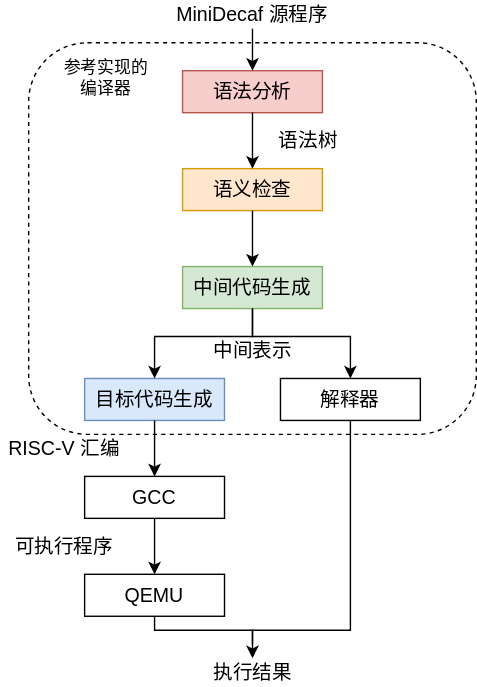
decaf-lang/minidecaf-tutorial keeps this draw.io diagram as docs/ref/pics/ts_workflow.svg. Above is the earlier version. Source tidied: cells renumbered, new cells last; positions are measured from the earlier drawing's top-left corner, leaving out a move shared by most shapes. Its diagram source:
```xml
<mxGraphModel>
  <root>
    <mxCell id="0" />
    <mxCell id="1" parent="0" />
    <mxCell id="2" style="group;" parent="1" vertex="1">
      <mxGeometry width="340" height="490" as="geometry" />
    </mxCell>
    <mxCell id="3" style="rounded=1;whiteSpace=wrap;html=1;fontSize=14;fillColor=none;dashed=1;align=center;verticalAlign=middle;" parent="2" vertex="1">
      <mxGeometry x="20" y="30" width="320" height="280" as="geometry" />
    </mxCell>
    <mxCell id="4" value="语法分析" style="rounded=0;whiteSpace=wrap;html=1;fontSize=14;fillColor=#f8cecc;strokeColor=#b85450;" parent="2" vertex="1">
      <mxGeometry x="130" y="50" width="100" height="30" as="geometry" />
    </mxCell>
    <mxCell id="5" value="语义检查" style="rounded=0;whiteSpace=wrap;html=1;fontSize=14;fillColor=#ffe6cc;strokeColor=#d79b00;" parent="2" vertex="1">
      <mxGeometry x="130" y="120" width="100" height="30" as="geometry" />
    </mxCell>
    <mxCell id="6" style="edgeStyle=orthogonalEdgeStyle;rounded=0;jettySize=auto;html=1;exitX=0.5;exitY=1;exitDx=0;exitDy=0;entryX=0.5;entryY=0;entryDx=0;entryDy=0;fontSize=14;" parent="2" edge="1" source="4" target="5">
      <mxGeometry relative="1" as="geometry" />
    </mxCell>
    <mxCell id="7" value="中间代码生成" style="rounded=0;whiteSpace=wrap;html=1;fontSize=14;fillColor=#d5e8d4;strokeColor=#82b366;" parent="2" vertex="1">
      <mxGeometry x="130" y="190" width="100" height="30" as="geometry" />
    </mxCell>
    <mxCell id="8" style="edgeStyle=orthogonalEdgeStyle;rounded=0;jettySize=auto;html=1;exitX=0.5;exitY=1;exitDx=0;exitDy=0;entryX=0.5;entryY=0;entryDx=0;entryDy=0;fontSize=14;" parent="2" edge="1" source="5" target="7">
      <mxGeometry relative="1" as="geometry" />
    </mxCell>
    <mxCell id="9" value="解释器" style="rounded=0;whiteSpace=wrap;html=1;fontSize=14;" parent="2" vertex="1">
      <mxGeometry x="200" y="270" width="100" height="30" as="geometry" />
    </mxCell>
    <mxCell id="10" style="edgeStyle=orthogonalEdgeStyle;rounded=0;jettySize=auto;html=1;entryX=0.5;entryY=0;entryDx=0;entryDy=0;fontSize=14;" parent="2" edge="1" source="7" target="9">
      <mxGeometry relative="1" as="geometry">
        <Array as="points">
          <mxPoint x="180" y="240" />
          <mxPoint x="250" y="240" />
        </Array>
      </mxGeometry>
    </mxCell>
    <mxCell id="11" value="目标代码生成" style="rounded=0;whiteSpace=wrap;html=1;fontSize=14;fillColor=#dae8fc;strokeColor=#6c8ebf;" parent="2" vertex="1">
      <mxGeometry x="60" y="270" width="100" height="30" as="geometry" />
    </mxCell>
    <mxCell id="12" style="edgeStyle=orthogonalEdgeStyle;rounded=0;jettySize=auto;html=1;exitX=0.5;exitY=1;exitDx=0;exitDy=0;entryX=0.5;entryY=0;entryDx=0;entryDy=0;fontSize=14;" parent="2" edge="1" source="7" target="11">
      <mxGeometry relative="1" as="geometry">
        <Array as="points">
          <mxPoint x="180" y="240" />
          <mxPoint x="110" y="240" />
        </Array>
      </mxGeometry>
    </mxCell>
    <mxCell id="13" value="GCC" style="rounded=0;whiteSpace=wrap;html=1;fontSize=14;" parent="2" vertex="1">
      <mxGeometry x="60" y="340" width="100" height="30" as="geometry" />
    </mxCell>
    <mxCell id="14" style="edgeStyle=orthogonalEdgeStyle;rounded=0;jettySize=auto;html=1;exitX=0.5;exitY=1;exitDx=0;exitDy=0;entryX=0.5;entryY=0;entryDx=0;entryDy=0;fontSize=14;" parent="2" edge="1" source="11" target="13">
      <mxGeometry relative="1" as="geometry" />
    </mxCell>
    <mxCell id="15" style="edgeStyle=orthogonalEdgeStyle;rounded=0;jettySize=auto;html=1;exitX=0.5;exitY=1;exitDx=0;exitDy=0;fontSize=14;endArrow=none;endFill=0;" parent="2" edge="1" source="16">
      <mxGeometry relative="1" as="geometry">
        <mxPoint x="180" y="460" as="targetPoint" />
        <Array as="points">
          <mxPoint x="110" y="450" />
          <mxPoint x="180" y="450" />
        </Array>
      </mxGeometry>
    </mxCell>
    <mxCell id="16" value="QEMU" style="rounded=0;whiteSpace=wrap;html=1;fontSize=14;" parent="2" vertex="1">
      <mxGeometry x="60" y="410" width="100" height="30" as="geometry" />
    </mxCell>
    <mxCell id="17" style="edgeStyle=orthogonalEdgeStyle;rounded=0;jettySize=auto;html=1;exitX=0.5;exitY=1;exitDx=0;exitDy=0;entryX=0.5;entryY=0;entryDx=0;entryDy=0;fontSize=14;" parent="2" edge="1" source="13" target="16">
      <mxGeometry relative="1" as="geometry" />
    </mxCell>
    <mxCell id="18" style="edgeStyle=orthogonalEdgeStyle;rounded=0;jettySize=auto;html=1;exitX=0.5;exitY=1;exitDx=0;exitDy=0;entryX=0.5;entryY=0;entryDx=0;entryDy=0;fontSize=14;" parent="2" edge="1" source="19" target="4">
      <mxGeometry relative="1" as="geometry" />
    </mxCell>
    <mxCell id="19" value="MiniDecaf 源程序" style="text;html=1;strokeColor=none;fillColor=none;align=center;verticalAlign=middle;whiteSpace=wrap;rounded=0;fontSize=14;" parent="2" vertex="1">
      <mxGeometry x="120" width="120" height="20" as="geometry" />
    </mxCell>
    <mxCell id="20" value="语法树" style="text;html=1;strokeColor=none;fillColor=none;align=center;verticalAlign=middle;whiteSpace=wrap;rounded=0;fontSize=14;" parent="2" vertex="1">
      <mxGeometry x="160" y="90" width="120" height="20" as="geometry" />
    </mxCell>
    <mxCell id="21" value="中间表示" style="text;html=1;align=center;verticalAlign=middle;fontSize=14;" parent="2" vertex="1">
      <mxGeometry x="145" y="240" width="70" height="20" as="geometry" />
    </mxCell>
    <mxCell id="22" value="RISC-V 汇编" style="text;html=1;align=center;verticalAlign=middle;fontSize=14;" parent="2" vertex="1">
      <mxGeometry y="310" width="90" height="20" as="geometry" />
    </mxCell>
    <mxCell id="23" value="可执行程序" style="text;html=1;align=center;verticalAlign=middle;fontSize=14;" parent="2" vertex="1">
      <mxGeometry y="380" width="90" height="20" as="geometry" />
    </mxCell>
    <mxCell id="24" value="执行结果" style="text;html=1;align=center;verticalAlign=middle;points=[];fontSize=14;" parent="2" vertex="1">
      <mxGeometry x="145" y="470" width="70" height="20" as="geometry" />
    </mxCell>
    <mxCell id="25" style="edgeStyle=orthogonalEdgeStyle;rounded=0;jettySize=auto;html=1;exitX=0.5;exitY=1;exitDx=0;exitDy=0;fontSize=14;" parent="2" edge="1" source="9" target="24">
      <mxGeometry relative="1" as="geometry">
        <Array as="points">
          <mxPoint x="250" y="450" />
          <mxPoint x="180" y="450" />
        </Array>
      </mxGeometry>
    </mxCell>
    <mxCell id="26" value="&lt;span style=&quot;text-align: left ; font-size: 12px&quot;&gt;参考实现的&lt;br&gt;编译器&lt;/span&gt;" style="text;html=1;align=center;verticalAlign=middle;fontSize=12;" parent="2" vertex="1">
      <mxGeometry x="35" y="40" width="80" height="30" as="geometry" />
    </mxCell>
  </root>
</mxGraphModel>
```
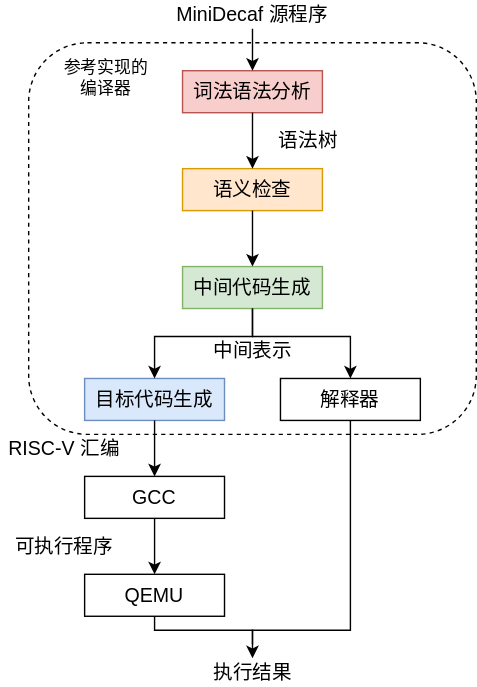
After the change.

Diff of the diagram source:
```diff
@@ -8,7 +8,7 @@
     <mxCell id="3" style="rounded=1;whiteSpace=wrap;html=1;fontSize=14;fillColor=none;dashed=1;align=center;verticalAlign=middle;" parent="2" vertex="1">
       <mxGeometry x="20" y="30" width="320" height="280" as="geometry" />
     </mxCell>
-    <mxCell id="4" value="语法分析" style="rounded=0;whiteSpace=wrap;html=1;fontSize=14;fillColor=#f8cecc;strokeColor=#b85450;" parent="2" vertex="1">
+    <mxCell id="4" value="词法语法分析" style="rounded=0;whiteSpace=wrap;html=1;fontSize=14;fillColor=#f8cecc;strokeColor=#b85450;" parent="2" vertex="1">
       <mxGeometry x="130" y="50" width="100" height="30" as="geometry" />
     </mxCell>
     <mxCell id="5" value="语义检查" style="rounded=0;whiteSpace=wrap;html=1;fontSize=14;fillColor=#ffe6cc;strokeColor=#d79b00;" parent="2" vertex="1">
```
